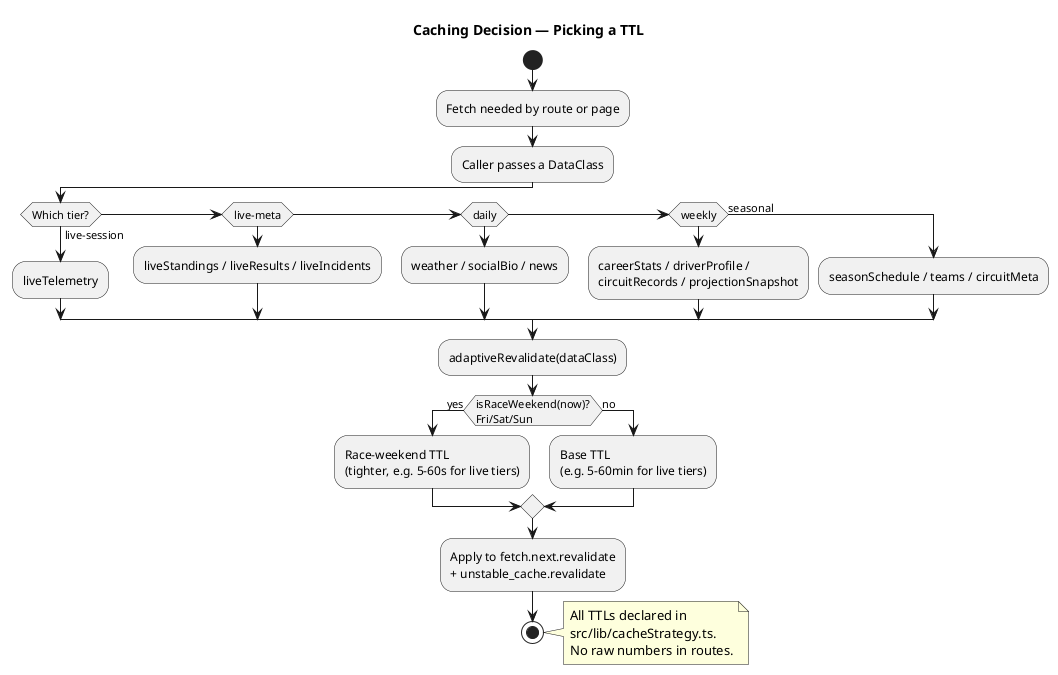
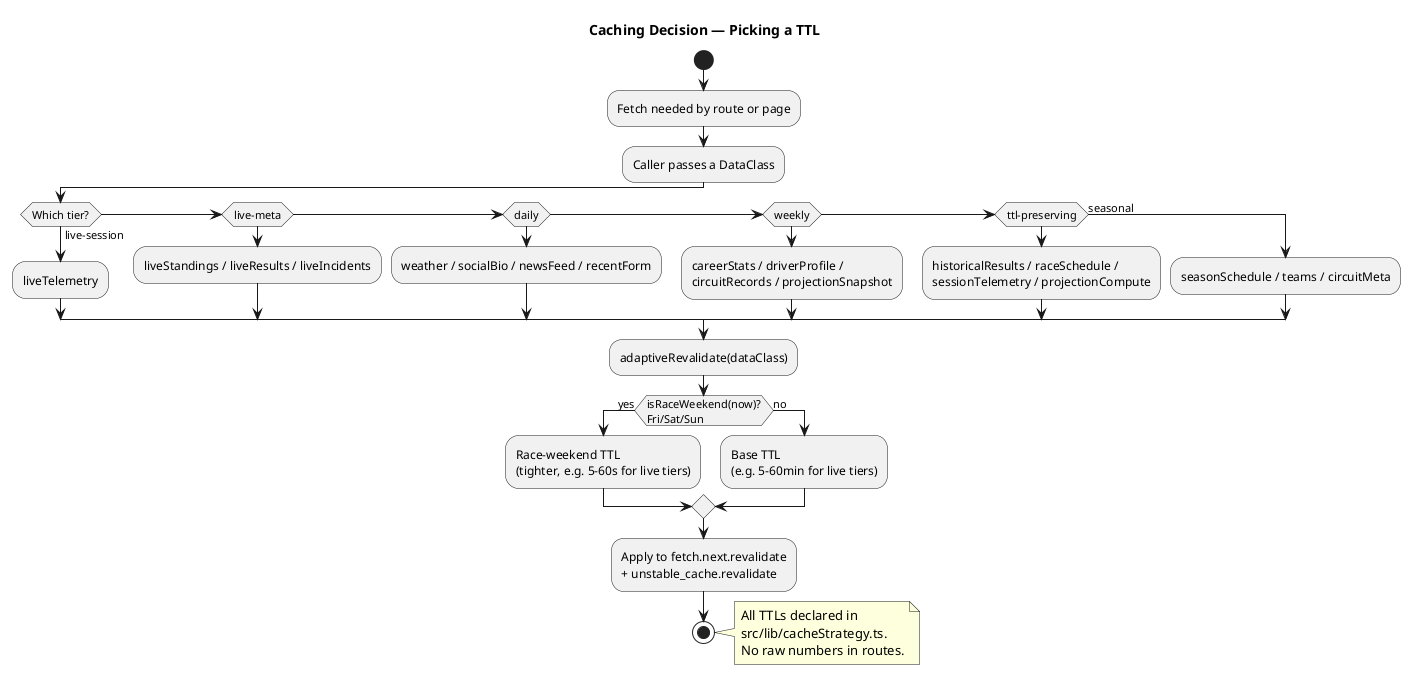
@startuml caching-decision
title Caching Decision — Picking a TTL

start

:Fetch needed by route or page;
:Caller passes a DataClass;

if (Which tier?) then (live-session)
  :liveTelemetry;
elseif (live-meta) then
  :liveStandings / liveResults / liveIncidents;
elseif (daily) then
-   :weather / socialBio / news;
+   :weather / socialBio / newsFeed / recentForm;
elseif (weekly) then
  :careerStats / driverProfile /\ncircuitRecords / projectionSnapshot;
+ elseif (ttl-preserving) then
+   :historicalResults / raceSchedule /\nsessionTelemetry / projectionCompute;
else (seasonal)
  :seasonSchedule / teams / circuitMeta;
endif

:adaptiveRevalidate(dataClass);

if (isRaceWeekend(now)?\nFri/Sat/Sun) then (yes)
  :Race-weekend TTL\n(tighter, e.g. 5–60s for live tiers);
else (no)
  :Base TTL\n(e.g. 5–60min for live tiers);
endif

:Apply to fetch.next.revalidate\n+ unstable_cache.revalidate;

stop

note right
  All TTLs declared in
  src/lib/cacheStrategy.ts.
  No raw numbers in routes.
end note

@enduml
